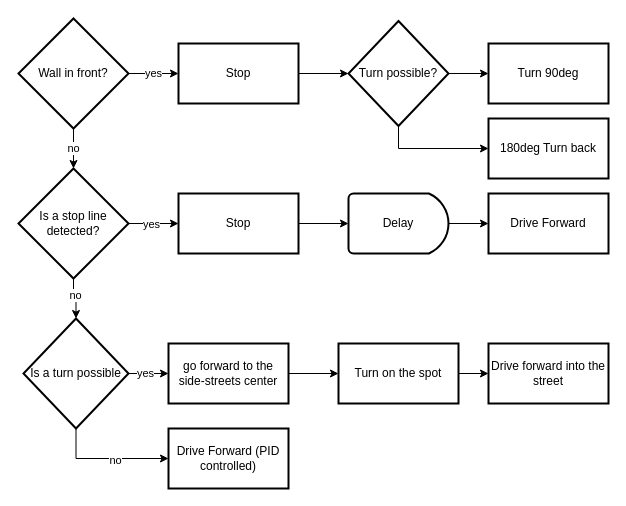
Before: Untitled Diagram.drawio in nthlknzl/A_Project, a draw.io diagram. Source tidied: cells renumbered, new cells numbered last; positions are measured from the earlier drawing's top-left corner, leaving out a move shared by most shapes. Both pictures are drawn from the tidied source at 100%, with x=0, y=0 at pixel (18, 18).
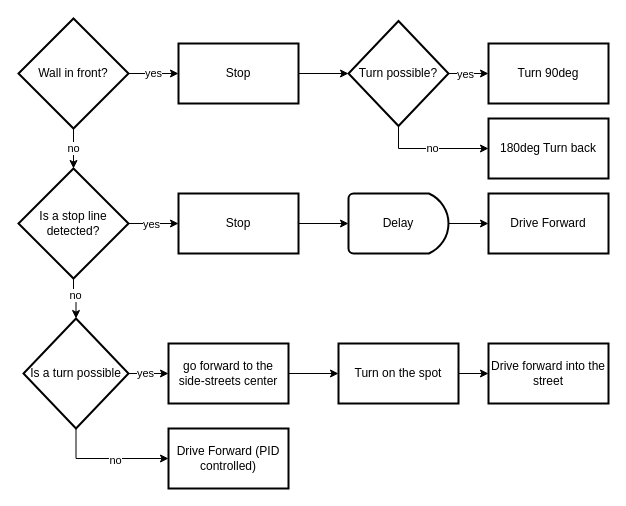
After the change.

Commit message (it also covers changes not shown here):
diagram chagned

Unchanged cells that the change refers to:
```xml
<mxCell id="14" style="edgeStyle=orthogonalEdgeStyle;rounded=0;jettySize=auto;html=1;" parent="1" edge="1" source="16" target="17">
  <mxGeometry relative="1" as="geometry" />
</mxCell>
<mxCell id="16" value="Turn possible?" style="strokeWidth=2;html=1;shape=mxgraph.flowchart.decision;whiteSpace=wrap;" parent="1" vertex="1">
  <mxGeometry x="330" y="2.5" width="100" height="105" as="geometry" />
</mxCell>
<mxCell id="18" value="180deg Turn back" style="whiteSpace=wrap;html=1;strokeWidth=2;" parent="1" vertex="1">
  <mxGeometry x="470" y="100" width="120" height="60" as="geometry" />
</mxCell>
```

What changed in the source:
```diff
@@
+    <mxCell id="33" value="yes" style="edgeLabel;html=1;align=center;verticalAlign=middle;" parent="14" vertex="1">
+      <mxGeometry x="-0.2" relative="1" as="geometry" />
+    </mxCell>
-    <mxCell id="15" style="edgeStyle=orthogonalEdgeStyle;rounded=0;jettySize=auto;html=1;exitX=0.5;exitY=1;exitDx=0;exitDy=0;exitPerimeter=0;entryX=0;entryY=0.5;entryDx=0;entryDy=0;" parent="1" edge="1" source="16" target="18">
+    <mxCell id="15" value="&lt;div&gt;no&lt;/div&gt;" style="edgeStyle=orthogonalEdgeStyle;rounded=0;jettySize=auto;html=1;exitX=0.5;exitY=1;exitDx=0;exitDy=0;exitPerimeter=0;entryX=0;entryY=0.5;entryDx=0;entryDy=0;" parent="1" edge="1" source="16" target="18">
       <mxGeometry relative="1" as="geometry" />
     </mxCell>
```
